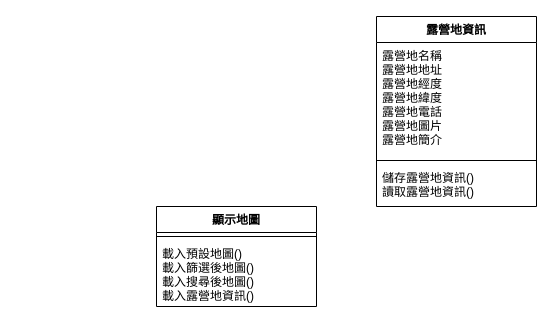
Before: page "類別圖" (3 of 3) of UI圖.drawio in sanchongdragon/DrawIOTest, a draw.io diagram. Source tidied: cells renumbered, new cells numbered last; positions are measured from the earlier drawing's top-left corner, leaving out a move shared by most shapes. Both pictures are drawn from the tidied source at 100%, with x=0, y=0 at pixel (156, 16).
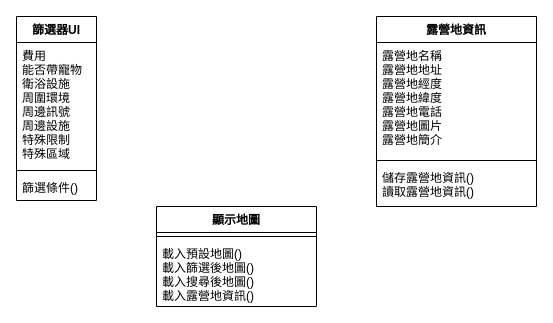
Above is the later version.

What changed in the source:
```diff
@@
 <mxGraphModel>
   <root>
     <mxCell id="0" />
     <mxCell id="1" parent="0" />
     <mxCell id="2" value="顯示地圖" style="swimlane;fontStyle=1;align=center;verticalAlign=top;horizontal=1;startSize=26;" parent="1" vertex="1">
       <mxGeometry y="190" width="160" height="100" as="geometry" />
     </mxCell>
     <mxCell id="3" style="line;strokeWidth=1;fillColor=none;align=left;verticalAlign=middle;spacingTop=-1;spacingLeft=3;spacingRight=3;labelPosition=right;" parent="2" vertex="1">
       <mxGeometry y="26" width="160" height="8" as="geometry" />
     </mxCell>
     <mxCell id="4" value="載入預設地圖()&#10;載入篩選後地圖()&#10;載入搜尋後地圖()&#10;載入露營地資訊()" style="text;strokeColor=none;fillColor=none;align=left;verticalAlign=top;spacingLeft=4;spacingRight=4;overflow=hidden;" parent="2" vertex="1">
       <mxGeometry y="34" width="160" height="66" as="geometry" />
     </mxCell>
     <mxCell id="5" value="露營地資訊" style="swimlane;fontStyle=1;align=center;verticalAlign=top;horizontal=1;startSize=26;" parent="1" vertex="1">
       <mxGeometry x="220" width="160" height="190" as="geometry" />
     </mxCell>
     <mxCell id="6" value="露營地名稱&#10;露營地地址&#10;露營地經度&#10;露營地緯度&#10;露營地電話&#10;露營地圖片&#10;露營地簡介" style="text;strokeColor=none;fillColor=none;align=left;verticalAlign=top;spacingLeft=4;spacingRight=4;overflow=hidden;" parent="5" vertex="1">
       <mxGeometry y="26" width="160" height="114" as="geometry" />
     </mxCell>
     <mxCell id="7" style="line;strokeWidth=1;fillColor=none;align=left;verticalAlign=middle;spacingTop=-1;spacingLeft=3;spacingRight=3;labelPosition=right;" parent="5" vertex="1">
       <mxGeometry y="140" width="160" height="8" as="geometry" />
     </mxCell>
     <mxCell id="8" value="儲存露營地資訊()&#10;讀取露營地資訊()" style="text;strokeColor=none;fillColor=none;align=left;verticalAlign=top;spacingLeft=4;spacingRight=4;overflow=hidden;" parent="5" vertex="1">
       <mxGeometry y="148" width="160" height="42" as="geometry" />
     </mxCell>
+    <mxCell id="9" value="篩選器UI" style="swimlane;fontStyle=1;align=center;verticalAlign=top;horizontal=1;startSize=26;" parent="1" vertex="1">
+      <mxGeometry x="-140" width="80" height="184" as="geometry" />
+    </mxCell>
+    <mxCell id="10" value="費用&#10;能否帶寵物&#10;衛浴設施&#10;周圍環境&#10;周邊訊號&#10;周邊設施&#10;特殊限制&#10;特殊區域" style="text;strokeColor=none;fillColor=none;align=left;verticalAlign=top;spacingLeft=4;spacingRight=4;overflow=hidden;" parent="9" vertex="1">
+      <mxGeometry y="26" width="80" height="124" as="geometry" />
+    </mxCell>
+    <mxCell id="11" style="line;strokeWidth=1;fillColor=none;align=left;verticalAlign=middle;spacingTop=-1;spacingLeft=3;spacingRight=3;labelPosition=right;" parent="9" vertex="1">
+      <mxGeometry y="150" width="80" height="8" as="geometry" />
+    </mxCell>
+    <mxCell id="12" value="篩選條件()" style="text;strokeColor=none;fillColor=none;align=left;verticalAlign=top;spacingLeft=4;spacingRight=4;overflow=hidden;" parent="9" vertex="1">
+      <mxGeometry y="158" width="80" height="26" as="geometry" />
+    </mxCell>
   </root>
 </mxGraphModel>
```
